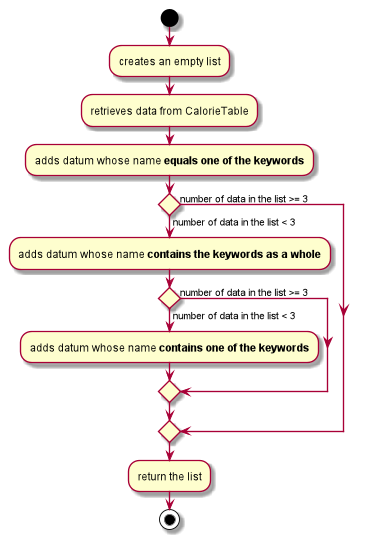
Earlier version of the PlantUML export docs/images/SearchMechanismofCheckCommand.png (nus-cs2103-AY1920S2/addressbook-level3). Its diagram source:
```plantuml
@startuml

start
:creates an empty list;
:retrieves data from CalorieTable;
:adds datum whose name **equals one of the keywords**;
if () then (number of data in the list < 3)
    :adds datum whose name **contains the keywords as a whole**;
    if () then (number of data in the list < 3)
        :adds datum whose name **contains one of the keywords**;
    else (number of data in the list >= 3)
    endif
else (number of data in the list >= 3)
endif
:return the list;
stop

@enduml
```
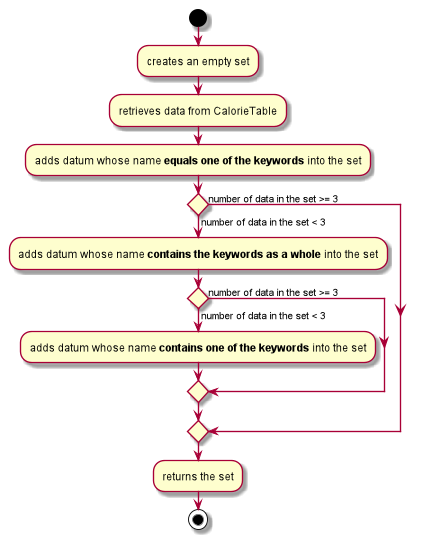
Above is the later version.

Diff of the diagram source:
```diff
@@ -1,18 +1,18 @@
 @startuml
 
 start
-:creates an empty list;
+:creates an empty set;
 :retrieves data from CalorieTable;
-:adds datum whose name **equals one of the keywords**;
-if () then (number of data in the list < 3)
-    :adds datum whose name **contains the keywords as a whole**;
-    if () then (number of data in the list < 3)
-        :adds datum whose name **contains one of the keywords**;
-    else (number of data in the list >= 3)
+:adds datum whose name **equals one of the keywords** into the set;
+if () then (number of data in the set < 3)
+    :adds datum whose name **contains the keywords as a whole** into the set;
+    if () then (number of data in the set < 3)
+        :adds datum whose name **contains one of the keywords** into the set;
+    else (number of data in the set >= 3)
     endif
-else (number of data in the list >= 3)
+else (number of data in the set >= 3)
 endif
-:return the list;
+:returns the set;
 stop
 
 @enduml
```
